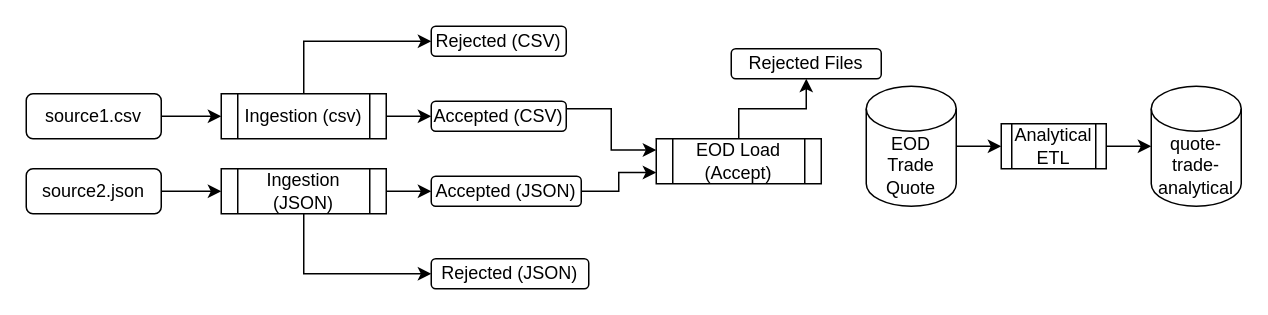
seetharengaraman/SpringBoard keeps this draw.io diagram as Trade Analysis Capstone Project/TradeAnalysis.drawio. Above is the earlier version. Source tidied: cells renumbered, new cells numbered last; positions are measured from the earlier drawing's top-left corner, leaving out a move shared by most shapes. Both pictures are drawn from the tidied source at 150%, with x=0, y=0 at pixel (26, 26).
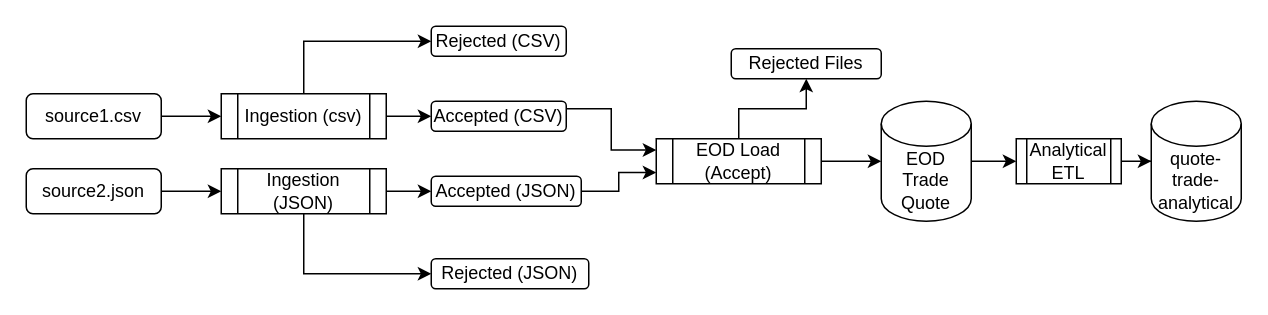
After the change.

Commit message (it also covers changes not shown here):
Updated Flow Diagram

The change refers to these unchanged cells:
```xml
<mxCell id="8" value="EOD Load (Accept)" style="shape=process;whiteSpace=wrap;html=1;backgroundOutline=1;" parent="1" vertex="1">
  <mxGeometry x="420" y="75" width="110" height="30" as="geometry" />
</mxCell>
```

Diff of the diagram source:
```diff
@@
+    <mxCell id="26" style="edgeStyle=orthogonalEdgeStyle;rounded=0;jettySize=auto;html=1;" parent="1" edge="1" source="8">
+      <mxGeometry relative="1" as="geometry">
+        <mxPoint x="570" y="90" as="targetPoint" />
+      </mxGeometry>
+    </mxCell>
@@
     <mxCell id="12" value="EOD Trade Quote" style="shape=cylinder3;whiteSpace=wrap;html=1;boundedLbl=1;backgroundOutline=1;size=15;" parent="1" vertex="1">
-      <mxGeometry x="560" y="40" width="60" height="80" as="geometry" />
+      <mxGeometry x="570" y="50" width="60" height="80" as="geometry" />
     </mxCell>
@@
     <mxCell id="15" value="quote-trade-analytical" style="shape=cylinder3;whiteSpace=wrap;html=1;boundedLbl=1;backgroundOutline=1;size=15;" parent="1" vertex="1">
-      <mxGeometry x="750" y="40" width="60" height="80" as="geometry" />
+      <mxGeometry x="750" y="50" width="60" height="80" as="geometry" />
     </mxCell>
@@
     <mxCell id="21" value="Analytical ETL" style="shape=process;whiteSpace=wrap;html=1;backgroundOutline=1;" parent="1" vertex="1">
-      <mxGeometry x="650" y="65" width="70" height="30" as="geometry" />
+      <mxGeometry x="660" y="75" width="70" height="30" as="geometry" />
     </mxCell>
```
